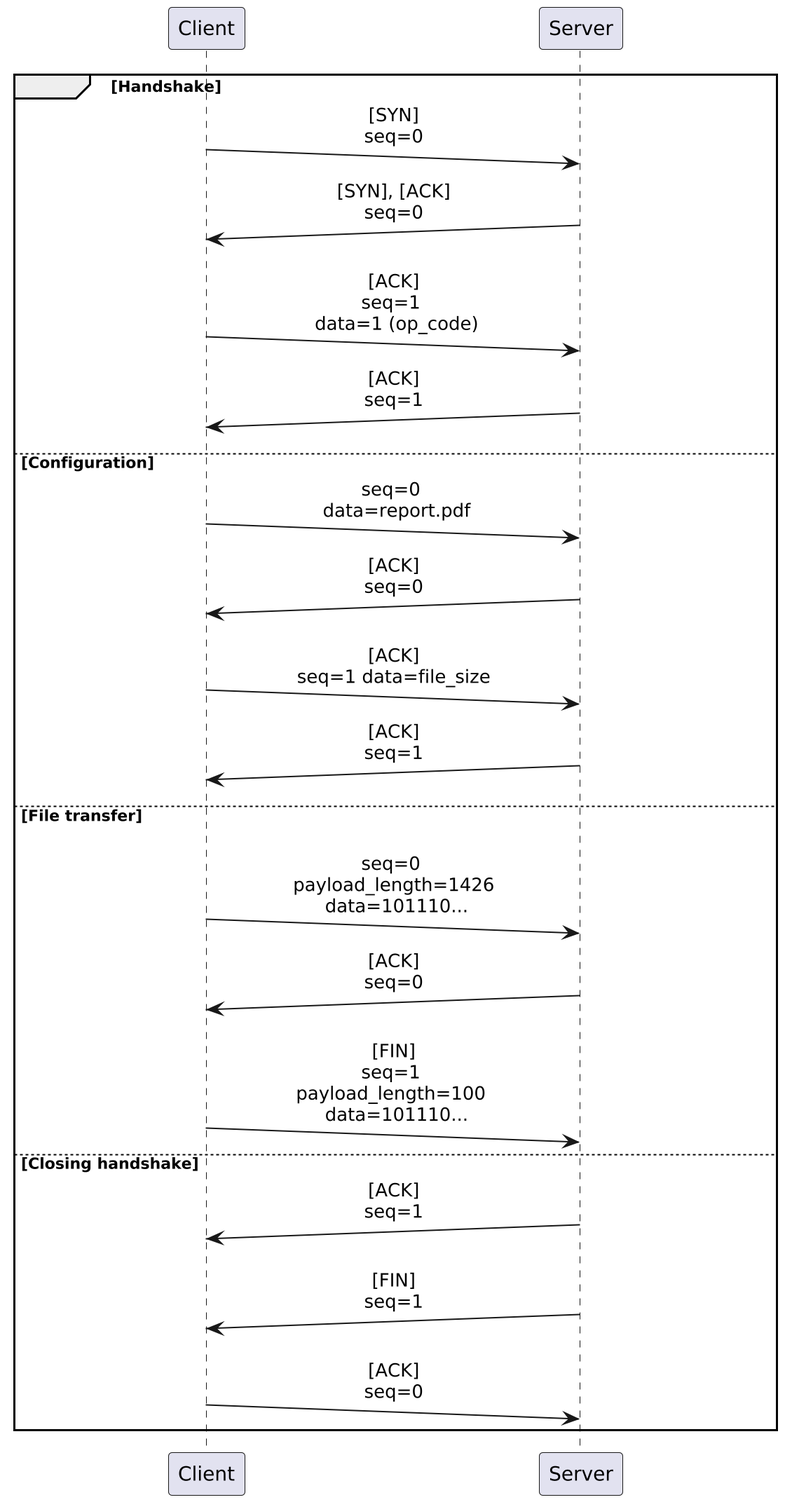
Before: docs/imgs/saw_upload.png, a diagram exported from PlantUML (TheUDPs/TP1-Redes).
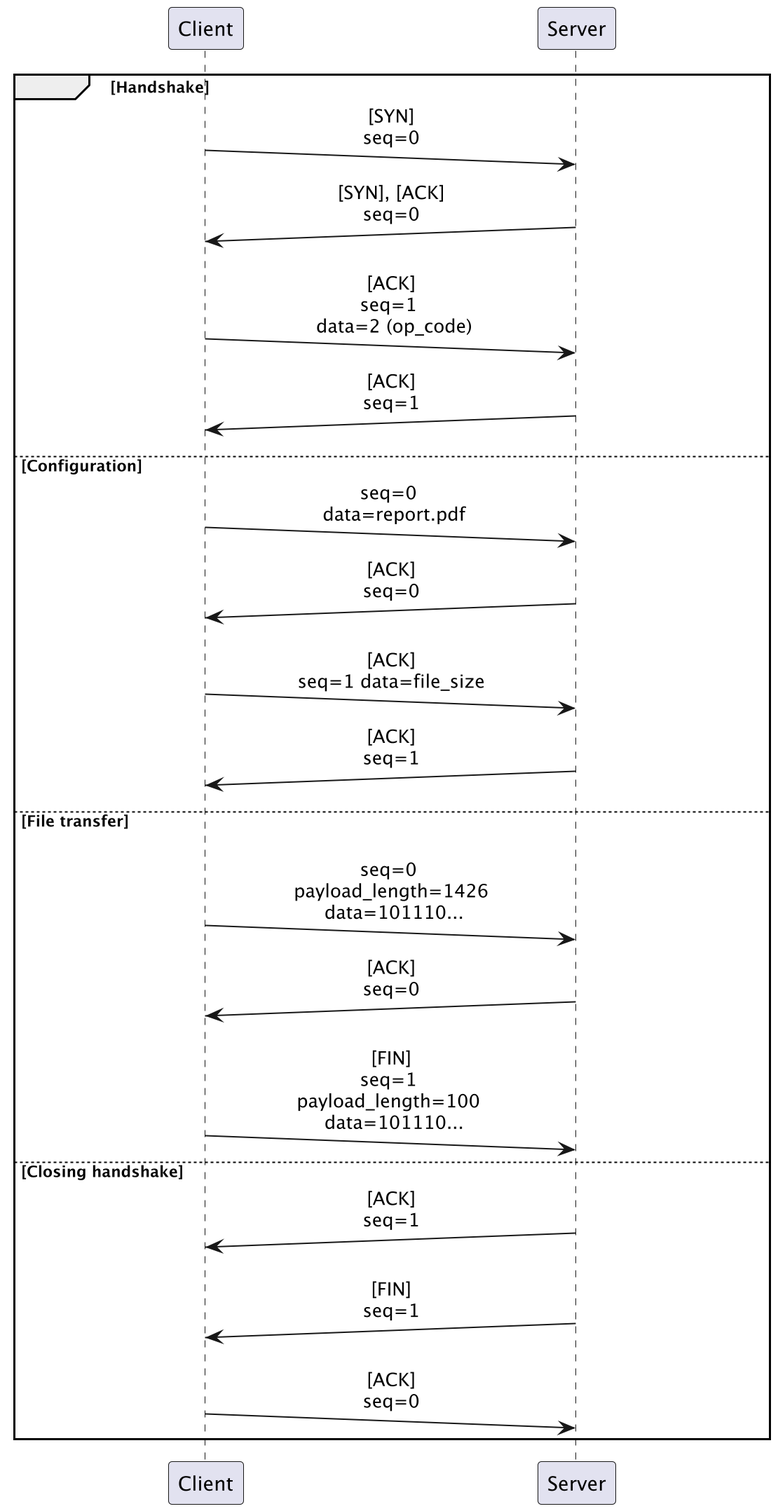
Above is the later version.

The edit, as a diff of the source:
```diff
@@ -10,7 +10,7 @@
 Client ->(10) Server : [SYN]\nseq=0
 Server ->(10) Client : [SYN], [ACK]\nseq=0
 
-Client ->(10) Server : [ACK]\nseq=1 \n data=1 (op_code)
+Client ->(10) Server : [ACK]\nseq=1 \n data=2 (op_code)
 Server ->(10) Client : [ACK]\nseq=1
 
 else Configuration
```
